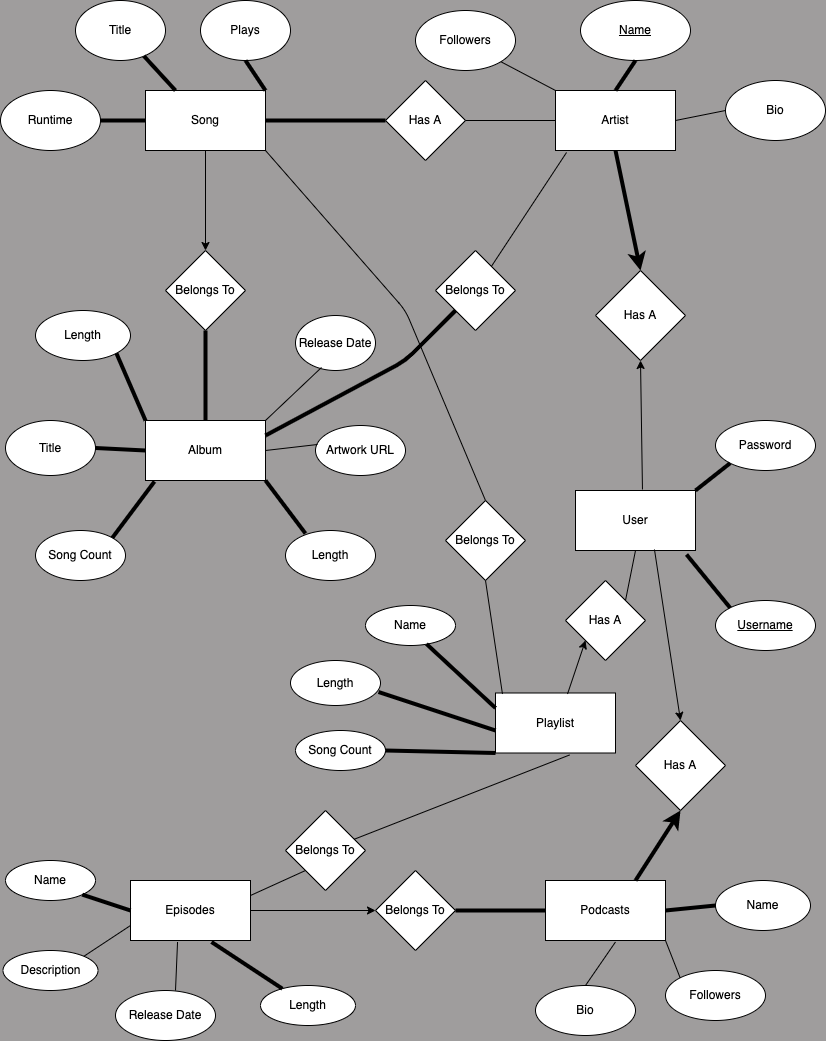
The draw.io diagram diagrams_notes/er_diagram.png in gmnoe/music_app, before a commit. Source tidied: cells renumbered, new cells last; positions are measured from the earlier drawing's top-left corner, leaving out a move shared by most shapes.
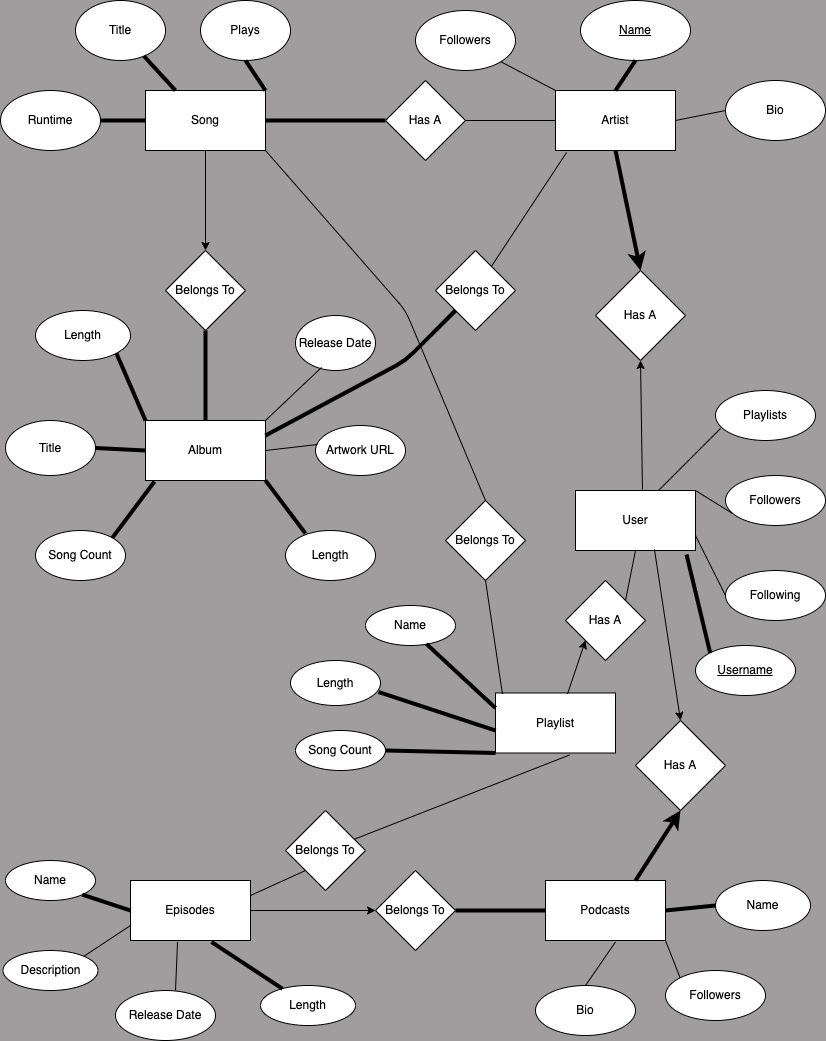
Above is the later version.

Change to the diagram source:
```diff
@@ -54,11 +54,8 @@
       <mxGeometry x="365" y="605" width="90" height="40" as="geometry" />
     </mxCell>
     <mxCell id="19" value="&lt;u&gt;Username&lt;span style=&quot;color: rgba(0, 0, 0, 0); font-family: monospace; font-size: 0px; text-align: start;&quot;&gt;%3CmxGraphModel%3E%3Croot%3E%3CmxCell%20id%3D%220%22%2F%3E%3CmxCell%20id%3D%221%22%20parent%3D%220%22%2F%3E%3CmxCell%20id%3D%222%22%20value%3D%22Length%22%20style%3D%22ellipse%3BwhiteSpace%3Dwrap%3Bhtml%3D1%3BfillColor%3D%23f5f5f5%3BfontColor%3D%23333333%3BstrokeColor%3D%23666666%3Brounded%3D0%3B%22%20vertex%3D%221%22%20parent%3D%221%22%3E%3CmxGeometry%20x%3D%22355%22%20y%3D%22480%22%20width%3D%22110%22%20height%3D%2260%22%20as%3D%22geometry%22%2F%3E%3C%2FmxCell%3E%3C%2Froot%3E%3C%2FmxGraphModel%3E&lt;/span&gt;&lt;span style=&quot;color: rgba(0, 0, 0, 0); font-family: monospace; font-size: 0px; text-align: start;&quot;&gt;%3CmxGraphModel%3E%3Croot%3E%3CmxCell%20id%3D%220%22%2F%3E%3CmxCell%20id%3D%221%22%20parent%3D%220%22%2F%3E%3CmxCell%20id%3D%222%22%20value%3D%22Length%22%20style%3D%22ellipse%3BwhiteSpace%3Dwrap%3Bhtml%3D1%3BfillColor%3D%23f5f5f5%3BfontColor%3D%23333333%3BstrokeColor%3D%23666666%3Brounded%3D0%3B%22%20vertex%3D%221%22%20parent%3D%221%22%3E%3CmxGeometry%20x%3D%22355%22%20y%3D%22480%22%20width%3D%22110%22%20height%3D%2260%22%20as%3D%22geometry%22%2F%3E%3C%2FmxCell%3E%3C%2Froot%3E%3C%2FmxGraphModel%3E&lt;/span&gt;&lt;/u&gt;" style="ellipse;whiteSpace=wrap;html=1;rounded=0;" parent="1" vertex="1">
-      <mxGeometry x="715" y="600" width="100" height="50" as="geometry" />
+      <mxGeometry x="695" y="645" width="100" height="50" as="geometry" />
     </mxCell>
-    <mxCell id="20" value="Password" style="ellipse;whiteSpace=wrap;html=1;rounded=0;" parent="1" vertex="1">
-      <mxGeometry x="715" y="420" width="100" height="50" as="geometry" />
-    </mxCell>
     <mxCell id="21" value="Bio" style="ellipse;whiteSpace=wrap;html=1;rounded=0;" parent="1" vertex="1">
       <mxGeometry x="535" y="985" width="100" height="50" as="geometry" />
     </mxCell>
@@ -104,9 +101,6 @@
     <mxCell id="35" style="endArrow=none;html=1;strokeWidth=1;exitX=1;exitY=0.5;exitDx=0;exitDy=0;entryX=0;entryY=0.5;entryDx=0;entryDy=0;" parent="1" edge="1" source="6" target="12">
       <mxGeometry relative="1" as="geometry" />
     </mxCell>
-    <mxCell id="36" style="endArrow=none;html=1;strokeWidth=4;entryX=0;entryY=1;entryDx=0;entryDy=0;exitX=1;exitY=0;exitDx=0;exitDy=0;" parent="1" edge="1" source="5" target="20">
-      <mxGeometry relative="1" as="geometry" />
-    </mxCell>
     <mxCell id="37" style="endArrow=none;html=1;strokeWidth=4;entryX=0;entryY=0;entryDx=0;entryDy=0;exitX=0.925;exitY=1.067;exitDx=0;exitDy=0;exitPerimeter=0;" parent="1" edge="1" source="5" target="19">
       <mxGeometry relative="1" as="geometry" />
     </mxCell>
@@ -256,5 +250,25 @@
     <mxCell id="83" style="endArrow=classic;html=1;exitX=1;exitY=0.5;exitDx=0;exitDy=0;entryX=0;entryY=0.5;entryDx=0;entryDy=0;strokeWidth=1;" parent="1" edge="1" source="3" target="65">
       <mxGeometry relative="1" as="geometry" />
     </mxCell>
+    <mxCell id="84" value="Followers" style="ellipse;whiteSpace=wrap;html=1;rounded=0;" parent="1" vertex="1">
+      <mxGeometry x="725" y="475" width="100" height="50" as="geometry" />
+    </mxCell>
+    <mxCell id="85" value="Playlists" style="ellipse;whiteSpace=wrap;html=1;rounded=0;" parent="1" vertex="1">
+      <mxGeometry x="715" y="390" width="100" height="50" as="geometry" />
+    </mxCell>
+    <mxCell id="86" value="Following" style="ellipse;whiteSpace=wrap;html=1;rounded=0;" parent="1" vertex="1">
+      <mxGeometry x="725" y="570" width="100" height="50" as="geometry" />
+    </mxCell>
+    <mxCell id="87" style="endArrow=none;html=1;exitX=0.692;exitY=0;exitDx=0;exitDy=0;exitPerimeter=0;entryX=0.05;entryY=0.76;entryDx=0;entryDy=0;entryPerimeter=0;" parent="1" edge="1" source="5" target="85">
+      <mxGeometry relative="1" as="geometry" />
+    </mxCell>
+    <mxCell id="88" style="endArrow=none;html=1;entryX=0.07;entryY=0.76;entryDx=0;entryDy=0;entryPerimeter=0;" parent="1" edge="1" target="84">
+      <mxGeometry relative="1" as="geometry">
+        <mxPoint x="695" y="490" as="sourcePoint" />
+      </mxGeometry>
+    </mxCell>
+    <mxCell id="89" style="endArrow=none;html=1;exitX=1;exitY=0.75;exitDx=0;exitDy=0;entryX=0;entryY=0.5;entryDx=0;entryDy=0;" parent="1" edge="1" source="5" target="86">
+      <mxGeometry relative="1" as="geometry" />
+    </mxCell>
   </root>
 </mxGraphModel>
```
